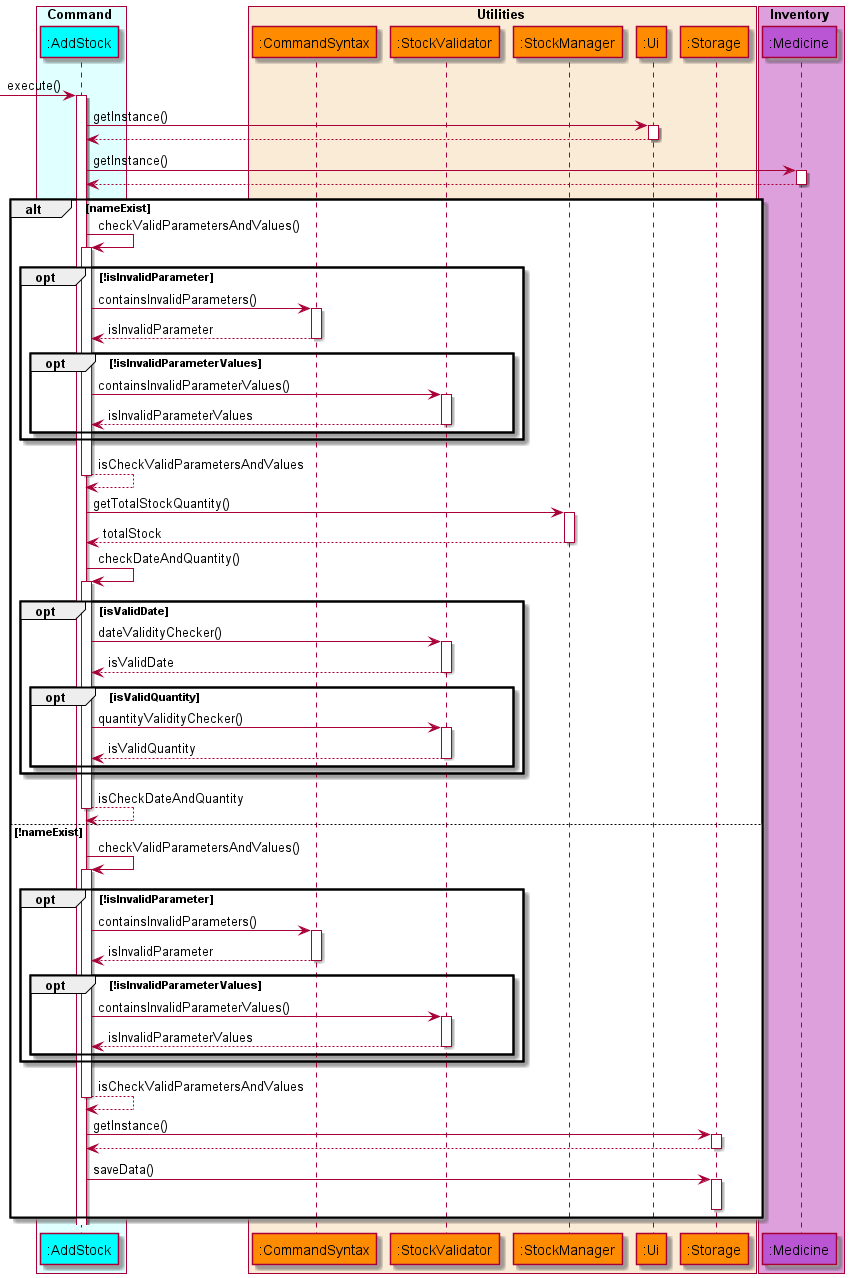
The PlantUML diagram docs/diagrams/diagram_images/AddStockSequenceDiagram.png in nus-cs2113-AY2122S1/tp, before a commit. The source it was exported from:
```plantuml
@startuml

!include style.puml

box Command COLOR_COMMAND_BOX
    participant ":AddStock" as addstock COLOR_COMMAND
end box

box Utilities COLOR_UTILITIES_BOX
    participant ":CommandSyntax" as commandsyntax COLOR_UTILITIES
    participant ":StockValidator" as stockvalidator COLOR_UTILITIES
    participant ":StockManager" as stockmanager COLOR_UTILITIES
    participant ":Ui" as ui COLOR_UTILITIES
    participant ":Storage" as storage COLOR_UTILITIES
end box

box Inventory COLOR_INVENTORY_BOX
    participant ":Medicine" as medicine COLOR_INVENTORY
end box

autoactivate on

-> addstock: execute()
    addstock -> ui: getInstance()
    addstock <-- ui
    addstock -> medicine : getInstance()
    addstock <-- medicine

    alt nameExist

        addstock -> addstock : checkValidParametersAndValues()
        opt !isInvalidParameter
            addstock -> commandsyntax : containsInvalidParameters()
            addstock <-- commandsyntax : isInvalidParameter
            opt !isInvalidParameterValues
                addstock -> stockvalidator : containsInvalidParameterValues()
                addstock <-- stockvalidator : isInvalidParameterValues

                end
            end
            addstock --> addstock : isCheckValidParametersAndValues

                addstock -> stockmanager: getTotalStockQuantity()
                addstock <-- stockmanager: totalStock


                addstock -> addstock : checkDateAndQuantity()
                    opt isValidDate
                        addstock -> stockvalidator : dateValidityChecker()
                        addstock <-- stockvalidator : isValidDate
                        opt isValidQuantity
                            addstock -> stockvalidator : quantityValidityChecker()
                            addstock <-- stockvalidator : isValidQuantity

                        end
                    end
                    addstock --> addstock : isCheckDateAndQuantity



    else !nameExist
        addstock -> addstock : checkValidParametersAndValues()
        opt !isInvalidParameter
            addstock -> commandsyntax : containsInvalidParameters()
            addstock <-- commandsyntax : isInvalidParameter
            opt !isInvalidParameterValues
            addstock -> stockvalidator : containsInvalidParameterValues()
            addstock <-- stockvalidator : isInvalidParameterValues
            end
        end
        addstock --> addstock : isCheckValidParametersAndValues

    addstock -> storage: getInstance()
    addstock <-- storage
    addstock -> storage: saveData()
    deactivate storage

    end



@enduml
```
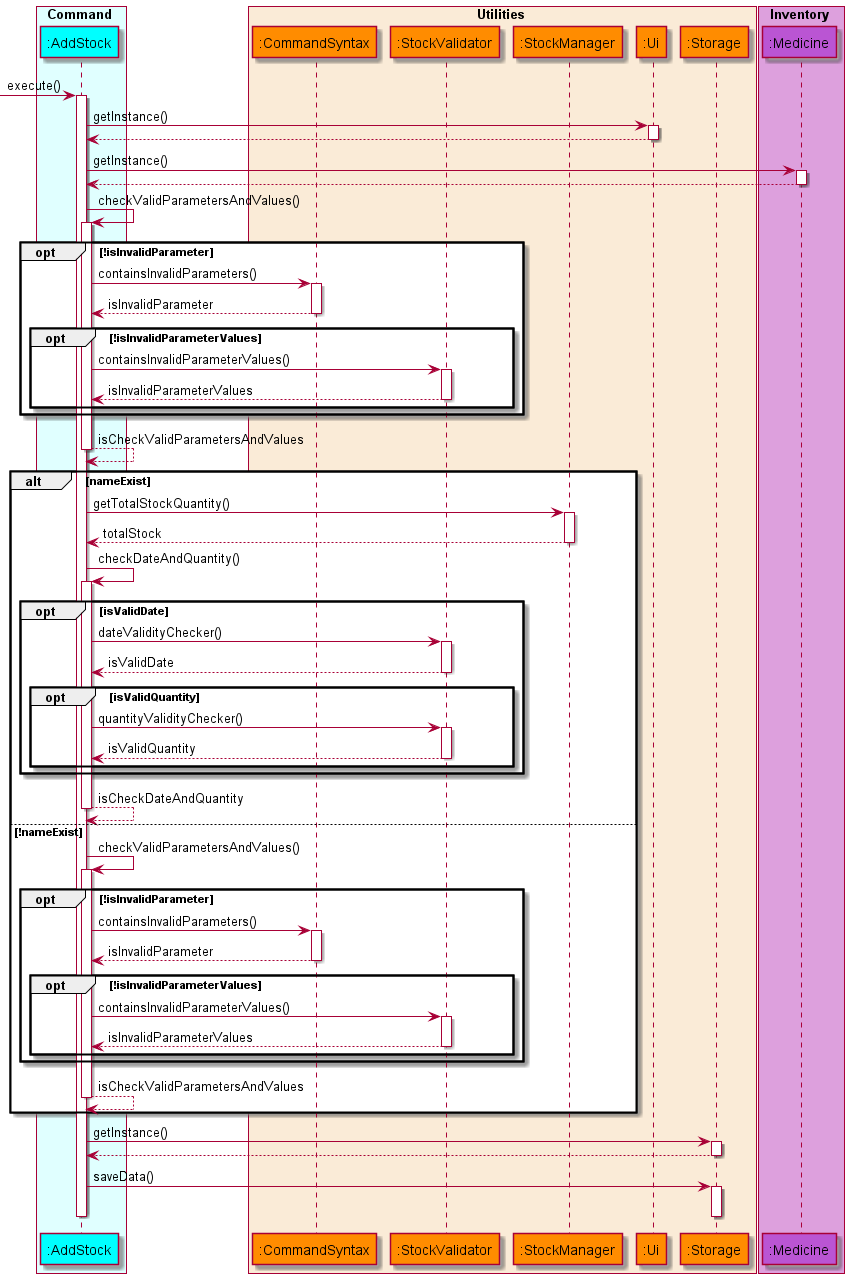
The same file after the commit.

Commit message:
update sequence diagram and DG

What changed in the source:
```diff
@@ -26,7 +26,7 @@
     addstock -> medicine : getInstance()
     addstock <-- medicine
 
-    alt nameExist
+
 
         addstock -> addstock : checkValidParametersAndValues()
         opt !isInvalidParameter
@@ -39,7 +39,7 @@
                 end
             end
             addstock --> addstock : isCheckValidParametersAndValues
-
+            alt nameExist
                 addstock -> stockmanager: getTotalStockQuantity()
                 addstock <-- stockmanager: totalStock
 
@@ -70,12 +70,13 @@
         end
         addstock --> addstock : isCheckValidParametersAndValues
 
+    end
     addstock -> storage: getInstance()
     addstock <-- storage
     addstock -> storage: saveData()
     deactivate storage
+    deactivate addstock
 
-    end
 
 
 
```
